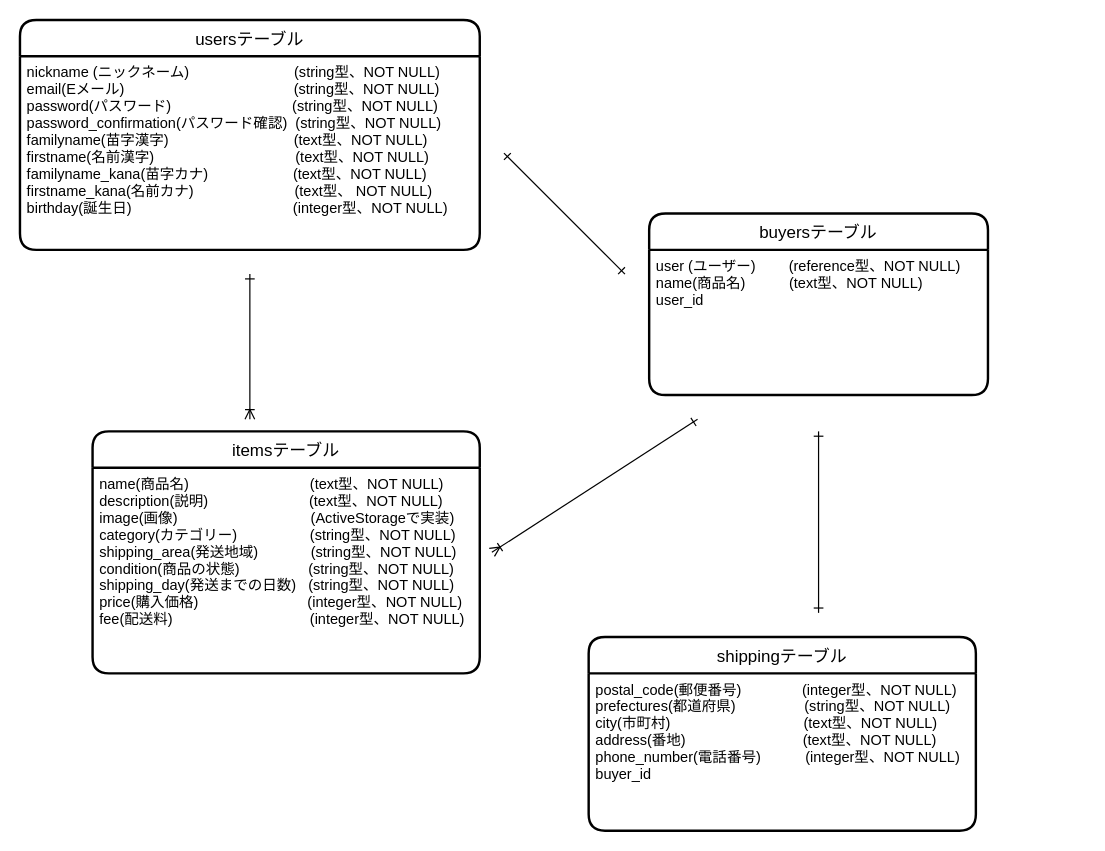
Before: furima-34505.dio in shuuuyan/furima-34505, a draw.io diagram. Source tidied: cells renumbered, new cells numbered last; positions are measured from the earlier drawing's top-left corner, leaving out a move shared by most shapes. Both pictures are drawn from the tidied source at 121%, with x=0, y=0 at pixel (19, 19).
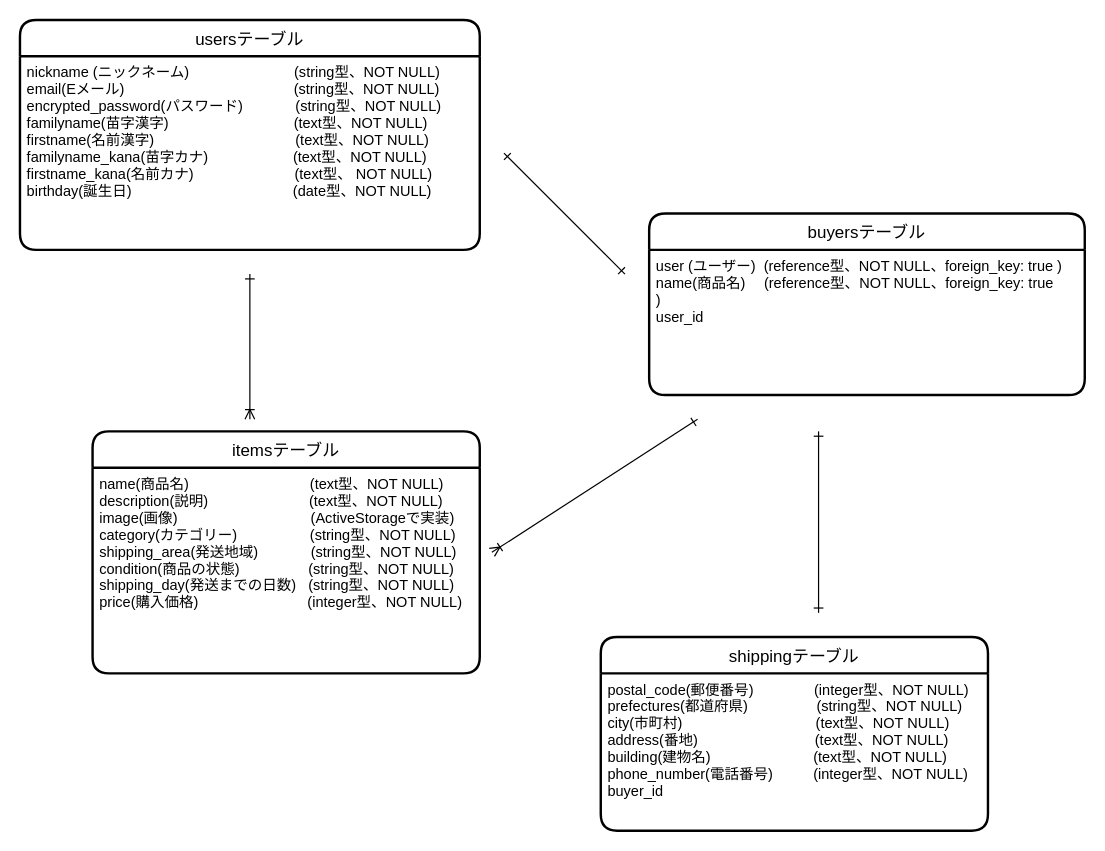
The same page after the edit.

Commit message (it also covers changes not shown here):
データベース修正後

The edit, as a diff of the source:
```diff
@@
 <mxGraphModel>
   <root>
     <mxCell id="0" />
     <mxCell id="1" parent="0" />
     <mxCell id="2" value="usersテーブル" style="swimlane;horizontal=1;startSize=30;rounded=1;fontSize=14;fontStyle=0;strokeWidth=2;shadow=0;dashed=0;align=center;" parent="1" vertex="1">
       <mxGeometry width="380" height="190" as="geometry" />
     </mxCell>
-    <mxCell id="3" value="nickname (ニックネーム)                          (string型、NOT NULL)&#10;email(Eメール)                                          (string型、NOT NULL)&#10;password(パスワード)                              (string型、NOT NULL)&#10;password_confirmation(パスワード確認)  (string型、NOT NULL)&#10;familyname(苗字漢字)                               (text型、NOT NULL)&#10;firstname(名前漢字)                                   (text型、NOT NULL)&#10;familyname_kana(苗字カナ)                     (text型、NOT NULL)&#10;firstname_kana(名前カナ)                         (text型、 NOT NULL)&#10;birthday(誕生日)                                        (integer型、NOT NULL)&#10;" style="align=left;strokeColor=none;fillColor=none;spacingLeft=4;fontSize=12;verticalAlign=top;" parent="2" vertex="1">
+    <mxCell id="3" value="nickname (ニックネーム)                          (string型、NOT NULL)&#10;email(Eメール)                                          (string型、NOT NULL)&#10;encrypted_password(パスワード)             (string型、NOT NULL)&#10;familyname(苗字漢字)                               (text型、NOT NULL)&#10;firstname(名前漢字)                                   (text型、NOT NULL)&#10;familyname_kana(苗字カナ)                     (text型、NOT NULL)&#10;firstname_kana(名前カナ)                         (text型、 NOT NULL)&#10;birthday(誕生日)                                        (date型、NOT NULL)&#10;" style="align=left;strokeColor=none;fillColor=none;spacingLeft=4;fontSize=12;verticalAlign=top;" parent="2" vertex="1">
       <mxGeometry y="30" width="380" height="160" as="geometry" />
     </mxCell>
     <mxCell id="4" value="itemsテーブル" style="swimlane;horizontal=1;startSize=30;rounded=1;fontSize=14;fontStyle=0;strokeWidth=2;shadow=0;dashed=0;align=center;" parent="1" vertex="1">
       <mxGeometry x="60" y="340" width="320" height="200" as="geometry" />
     </mxCell>
-    <mxCell id="5" value="name(商品名)                              (text型、NOT NULL)&#10;description(説明)                         (text型、NOT NULL)&#10;image(画像)                                 (ActiveStorageで実装) &#10;category(カテゴリー)                  (string型、NOT NULL)&#10;shipping_area(発送地域)             (string型、NOT NULL)&#10;condition(商品の状態)                 (string型、NOT NULL)&#10;shipping_day(発送までの日数)   (string型、NOT NULL)&#10;price(購入価格)                           (integer型、NOT NULL)&#10;fee(配送料)                                  (integer型、NOT NULL)&#10;&#10;" style="align=left;strokeColor=none;fillColor=none;spacingLeft=4;fontSize=12;verticalAlign=top;" parent="4" vertex="1">
+    <mxCell id="5" value="name(商品名)                              (text型、NOT NULL)&#10;description(説明)                         (text型、NOT NULL)&#10;image(画像)                                 (ActiveStorageで実装) &#10;category(カテゴリー)                  (string型、NOT NULL)&#10;shipping_area(発送地域)             (string型、NOT NULL)&#10;condition(商品の状態)                 (string型、NOT NULL)&#10;shipping_day(発送までの日数)   (string型、NOT NULL)&#10;price(購入価格)                           (integer型、NOT NULL)&#10;&#10;" style="align=left;strokeColor=none;fillColor=none;spacingLeft=4;fontSize=12;verticalAlign=top;" parent="4" vertex="1">
       <mxGeometry y="30" width="320" height="170" as="geometry" />
     </mxCell>
     <mxCell id="6" value="shippingテーブル" style="swimlane;horizontal=1;startSize=30;rounded=1;fontSize=14;fontStyle=0;strokeWidth=2;shadow=0;dashed=0;align=center;" parent="1" vertex="1">
-      <mxGeometry x="470" y="510" width="320" height="160" as="geometry" />
+      <mxGeometry x="480" y="510" width="320" height="160" as="geometry" />
     </mxCell>
-    <mxCell id="7" value="postal_code(郵便番号)               (integer型、NOT NULL)&#10;prefectures(都道府県)                 (string型、NOT NULL)                &#10;city(市町村)                                 (text型、NOT NULL)&#10;address(番地)                             (text型、NOT NULL)&#10;phone_number(電話番号)           (integer型、NOT NULL)&#10;buyer_id&#10;" style="align=left;strokeColor=none;fillColor=none;spacingLeft=4;fontSize=12;verticalAlign=top;" parent="6" vertex="1">
+    <mxCell id="7" value="postal_code(郵便番号)               (integer型、NOT NULL)&#10;prefectures(都道府県)                 (string型、NOT NULL)                &#10;city(市町村)                                 (text型、NOT NULL)&#10;address(番地)                             (text型、NOT NULL)&#10;building(建物名)          　　　　 (text型、NOT NULL)&#10;phone_number(電話番号)          (integer型、NOT NULL)&#10;buyer_id&#10;" style="align=left;strokeColor=none;fillColor=none;spacingLeft=4;fontSize=12;verticalAlign=top;" parent="6" vertex="1">
       <mxGeometry y="30" width="320" height="130" as="geometry" />
     </mxCell>
     <mxCell id="8" style="edgeStyle=none;rounded=0;orthogonalLoop=1;jettySize=auto;html=1;startArrow=ERone;startFill=0;endArrow=ERone;endFill=0;" parent="1" edge="1">
       <mxGeometry relative="1" as="geometry">
         <mxPoint x="660" y="340" as="sourcePoint" />
         <mxPoint x="660" y="490" as="targetPoint" />
       </mxGeometry>
     </mxCell>
     <mxCell id="9" value="buyersテーブル" style="swimlane;horizontal=1;startSize=30;rounded=1;fontSize=14;fontStyle=0;strokeWidth=2;shadow=0;dashed=0;align=center;" parent="1" vertex="1">
-      <mxGeometry x="520" y="160" width="280" height="150" as="geometry" />
+      <mxGeometry x="520" y="160" width="360" height="150" as="geometry" />
     </mxCell>
-    <mxCell id="10" value="user (ユーザー) 　　(reference型、NOT NULL)&#10;name(商品名)　　　(text型、NOT NULL)&#10;user_id&#10;" style="align=left;strokeColor=none;fillColor=none;spacingLeft=4;fontSize=12;verticalAlign=top;" parent="9" vertex="1">
-      <mxGeometry y="30" width="280" height="120" as="geometry" />
+    <mxCell id="10" value="user (ユーザー)  (reference型、NOT NULL、foreign_key: true )&#10;name(商品名)　 (reference型、NOT NULL、foreign_key: true&#10;)&#10;user_id&#10;" style="align=left;strokeColor=none;fillColor=none;spacingLeft=4;fontSize=12;verticalAlign=top;" parent="9" vertex="1">
+      <mxGeometry y="30" width="360" height="120" as="geometry" />
     </mxCell>
     <mxCell id="11" style="edgeStyle=orthogonalEdgeStyle;rounded=0;orthogonalLoop=1;jettySize=auto;html=1;endArrow=ERoneToMany;endFill=0;startArrow=ERone;startFill=0;" parent="1" edge="1">
       <mxGeometry relative="1" as="geometry">
         <mxPoint x="190" y="210" as="sourcePoint" />
         <mxPoint x="190" y="330" as="targetPoint" />
       </mxGeometry>
     </mxCell>
     <mxCell id="12" style="edgeStyle=none;rounded=0;orthogonalLoop=1;jettySize=auto;html=1;startArrow=ERoneToMany;startFill=0;endArrow=ERone;endFill=0;" parent="1" edge="1">
       <mxGeometry relative="1" as="geometry">
         <mxPoint x="390" y="440" as="sourcePoint" />
         <mxPoint x="560" y="330" as="targetPoint" />
       </mxGeometry>
     </mxCell>
     <mxCell id="13" style="rounded=0;orthogonalLoop=1;jettySize=auto;html=1;startArrow=ERone;startFill=0;endArrow=ERone;endFill=0;" parent="1" edge="1">
       <mxGeometry relative="1" as="geometry">
         <mxPoint x="500" y="210" as="sourcePoint" />
         <mxPoint x="400" y="110" as="targetPoint" />
       </mxGeometry>
     </mxCell>
   </root>
 </mxGraphModel>
```
